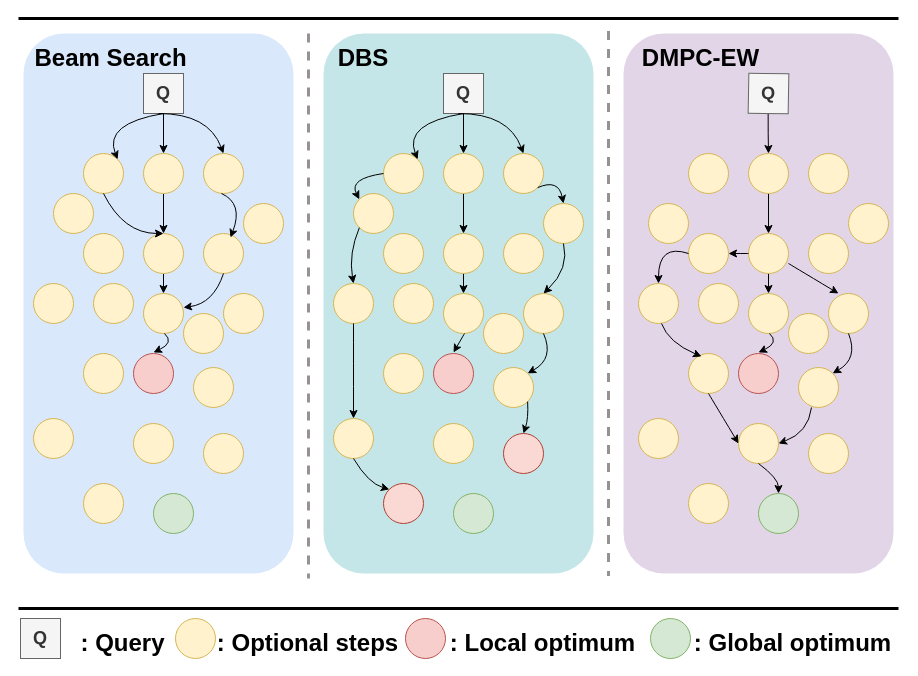
This is drawio_images/Beam_tree_with_MPCR.drawio from zty-king/zty-king, a draw.io file, before an edit. Source tidied: cells renumbered, new cells numbered last; positions are measured from the earlier drawing's top-left corner, leaving out a move shared by most shapes. Both pictures are drawn from the tidied source at 100%, with x=0, y=0 at pixel (-112, 18).
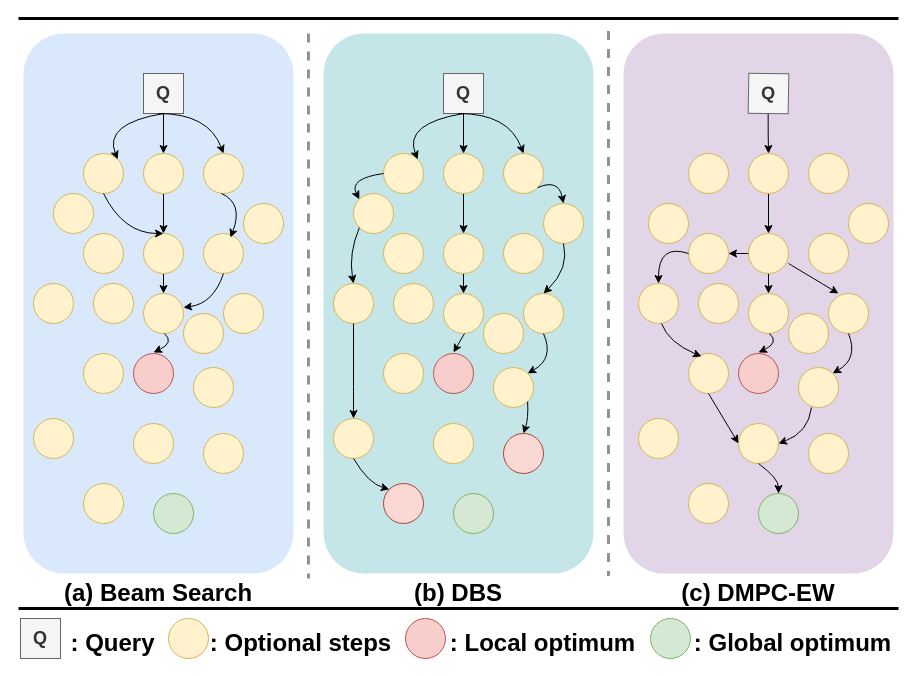
After the change.

Unchanged cells that the change refers to:
```xml
<mxCell id="13" style="group;rotation=90;" parent="1" vertex="1">
  <mxGeometry y="150" width="540" height="270" as="geometry" />
</mxCell>
```

Change to the diagram source:
```diff
@@
     <mxCell id="2" style="ellipse;whiteSpace=wrap;html=1;fillColor=#fff2cc;strokeColor=#d6b656;" parent="1" vertex="1">
-      <mxGeometry x="287" y="600" width="40" height="40" as="geometry" />
+      <mxGeometry x="280" y="600" width="40" height="40" as="geometry" />
     </mxCell>
     <mxCell id="3" value="&lt;b&gt;&lt;font&gt;: Optional steps&lt;/font&gt;&lt;/b&gt;" style="text;html=1;whiteSpace=wrap;strokeColor=none;fillColor=none;align=center;verticalAlign=middle;rounded=0;fontSize=24;" parent="1" vertex="1">
-      <mxGeometry x="327" y="610" width="185" height="30" as="geometry" />
+      <mxGeometry x="320" y="610" width="185" height="30" as="geometry" />
     </mxCell>
@@
     <mxCell id="9" value="&lt;b&gt;&lt;font&gt;: Query&lt;/font&gt;&lt;/b&gt;" style="text;html=1;whiteSpace=wrap;strokeColor=none;fillColor=none;align=center;verticalAlign=middle;rounded=0;fontSize=24;" parent="1" vertex="1">
-      <mxGeometry x="172" y="610" width="125" height="30" as="geometry" />
+      <mxGeometry x="162" y="610" width="125" height="30" as="geometry" />
     </mxCell>
@@
-    <mxCell id="44" value="&lt;span&gt;&lt;font&gt;Beam Search&lt;/font&gt;&lt;/span&gt;" style="text;html=1;whiteSpace=wrap;strokeColor=none;fillColor=none;align=center;verticalAlign=middle;rounded=0;rotation=0;fontSize=24;fontStyle=1;" parent="13" vertex="1">
-      <mxGeometry x="145" y="-125" width="155" height="30" as="geometry" />
-    </mxCell>
@@
-    <mxCell id="76" value="&lt;b&gt;&lt;font&gt;DMPC-EW&lt;/font&gt;&lt;/b&gt;" style="text;html=1;whiteSpace=wrap;strokeColor=none;fillColor=none;align=center;verticalAlign=middle;rounded=0;rotation=0;fontSize=24;" parent="1" vertex="1">
-      <mxGeometry x="750" y="25" width="125" height="30" as="geometry" />
-    </mxCell>
@@
-    <mxCell id="110" value="&lt;span&gt;&lt;font&gt;DBS&lt;/font&gt;&lt;/span&gt;" style="text;html=1;whiteSpace=wrap;strokeColor=none;fillColor=none;align=center;verticalAlign=middle;rounded=0;rotation=0;fontSize=24;fontStyle=1;" parent="1" vertex="1">
-      <mxGeometry x="420" y="25" width="110" height="30" as="geometry" />
-    </mxCell>
@@
+    <mxCell id="44" value="&lt;span&gt;&lt;font&gt;(a) Beam Search&lt;/font&gt;&lt;/span&gt;" style="text;html=1;whiteSpace=wrap;strokeColor=none;fillColor=none;align=center;verticalAlign=middle;rounded=0;rotation=0;fontSize=24;fontStyle=1;" parent="1" vertex="1">
+      <mxGeometry x="171.2" y="560" width="197.5" height="30" as="geometry" />
+    </mxCell>
+    <mxCell id="122" value="&lt;span&gt;&lt;font&gt;(b) DBS&lt;/font&gt;&lt;/span&gt;" style="text;html=1;whiteSpace=wrap;strokeColor=none;fillColor=none;align=center;verticalAlign=middle;rounded=0;rotation=0;fontSize=24;fontStyle=1;" parent="1" vertex="1">
+      <mxGeometry x="471" y="560" width="197.5" height="30" as="geometry" />
+    </mxCell>
+    <mxCell id="123" value="&lt;span&gt;&lt;font&gt;(c) DMPC-EW&lt;/font&gt;&lt;/span&gt;" style="text;html=1;whiteSpace=wrap;strokeColor=none;fillColor=none;align=center;verticalAlign=middle;rounded=0;rotation=0;fontSize=24;fontStyle=1;" parent="1" vertex="1">
+      <mxGeometry x="771.2" y="560" width="197.5" height="30" as="geometry" />
+    </mxCell>
```
